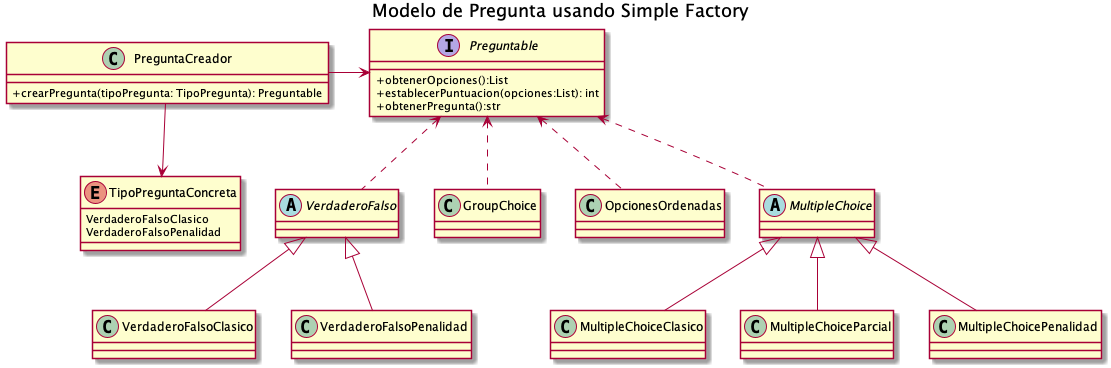
Earlier version of the PlantUML export doc/Diagramas/Diagramas_Clase/pregunta/pregunta/Modelo de Pregunta usando Simple Factory.png (gylopezgiles/TP2).
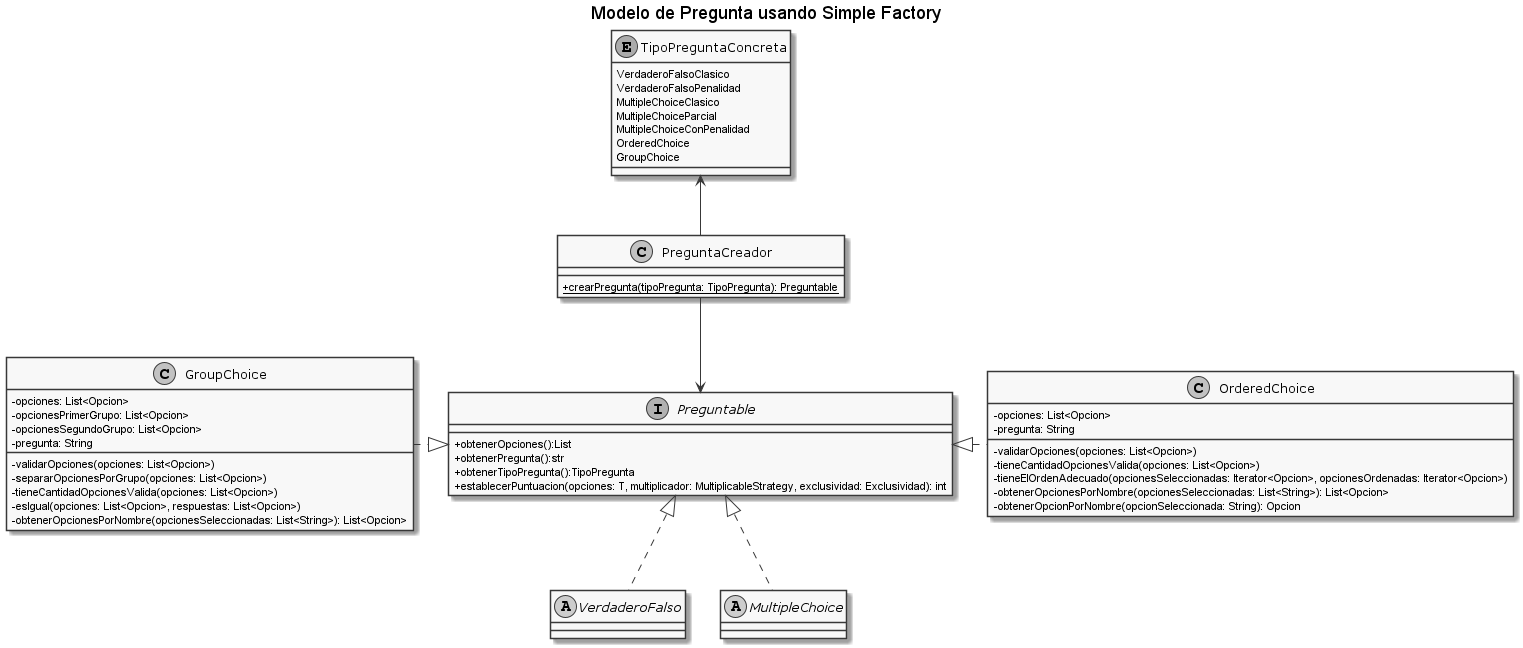
The same file after the commit.

Commit message:
actualizacion de diagramas

The edit, as a diff of the source:
```diff
@@ -1,70 +1,65 @@
 @startuml
+!include vista.iuml
 title Modelo de Pregunta usando Simple Factory
-skinparam classAttributeIconSize 0
 
 class PreguntaCreador{
-    + crearPregunta(tipoPregunta: TipoPregunta): Preguntable
+    + {static} crearPregunta(tipoPregunta: TipoPregunta): Preguntable
 }
 
 interface Preguntable{
     + obtenerOpciones():List
-    + establecerPuntuacion(opciones:List): int
     + obtenerPregunta():str
+    + obtenerTipoPregunta():TipoPregunta
+    + establecerPuntuacion(opciones: T, multiplicador: MultiplicableStrategy, exclusividad: Exclusividad): int
 }
 
 enum TipoPreguntaConcreta{
     VerdaderoFalsoClasico
     VerdaderoFalsoPenalidad
+    MultipleChoiceClasico
+    MultipleChoiceParcial
+    MultipleChoiceConPenalidad
+    OrderedChoice
+    GroupChoice
 }
 
-abstract class VerdaderoFalso{
+abstract class VerdaderoFalso{}
 
+abstract class MultipleChoice{}
+
+
+class GroupChoice{
+    - opciones: List<Opcion>
+    - opcionesPrimerGrupo: List<Opcion>
+    - opcionesSegundoGrupo: List<Opcion>
+    - pregunta: String
+    - validarOpciones(opciones: List<Opcion>)
+    - separarOpcionesPorGrupo(opciones: List<Opcion>)
+    - tieneCantidadOpcionesValida(opciones: List<Opcion>)
+    - esIgual(opciones: List<Opcion>, respuestas: List<Opcion>)
+    - obtenerOpcionesPorNombre(opcionesSeleccionadas: List<String>): List<Opcion>
 }
 
-class VerdaderoFalsoClasico{
-}
-
-class MultipleChoiceClasico{
-
-}
-
-class MultipleChoiceParcial{
-
-}
-
-class VerdaderoFalsoPenalidad{
-}
-
-class MultipleChoicePenalidad{
+class OrderedChoice{
+    - opciones: List<Opcion>
+    - pregunta: String
+    - validarOpciones(opciones: List<Opcion>)
+    - tieneCantidadOpcionesValida(opciones: List<Opcion>)
+    - tieneElOrdenAdecuado(opcionesSeleccionadas: Iterator<Opcion>, opcionesOrdenadas: Iterator<Opcion>)
+    - obtenerOpcionesPorNombre(opcionesSeleccionadas: List<String>): List<Opcion>
+    - obtenerOpcionPorNombre(opcionSeleccionada: String): Opcion
 }
 
 
-class GroupChoice{
-}
+PreguntaCreador -up->TipoPreguntaConcreta
+PreguntaCreador -down-> Preguntable
 
-class OpcionesOrdenadas{
-}
+Preguntable <|.. VerdaderoFalso
 
-abstract class MultipleChoice{
-
-}
+Preguntable <|.. MultipleChoice
 
 
-PreguntaCreador -down->TipoPreguntaConcreta
-PreguntaCreador -> Preguntable
-
-Preguntable <.. VerdaderoFalso
-
-VerdaderoFalso <|-- VerdaderoFalsoPenalidad
-MultipleChoice <|-- MultipleChoicePenalidad
-
-
-VerdaderoFalso <|-- VerdaderoFalsoClasico
-Preguntable <.. MultipleChoice
-MultipleChoice <|-- MultipleChoiceParcial
-MultipleChoice <|-- MultipleChoiceClasico
-
-Preguntable <.. GroupChoice
-Preguntable <.. OpcionesOrdenadas
+Preguntable <|.left. GroupChoice
+Preguntable <|.right. OrderedChoice
 
 @enduml
```
